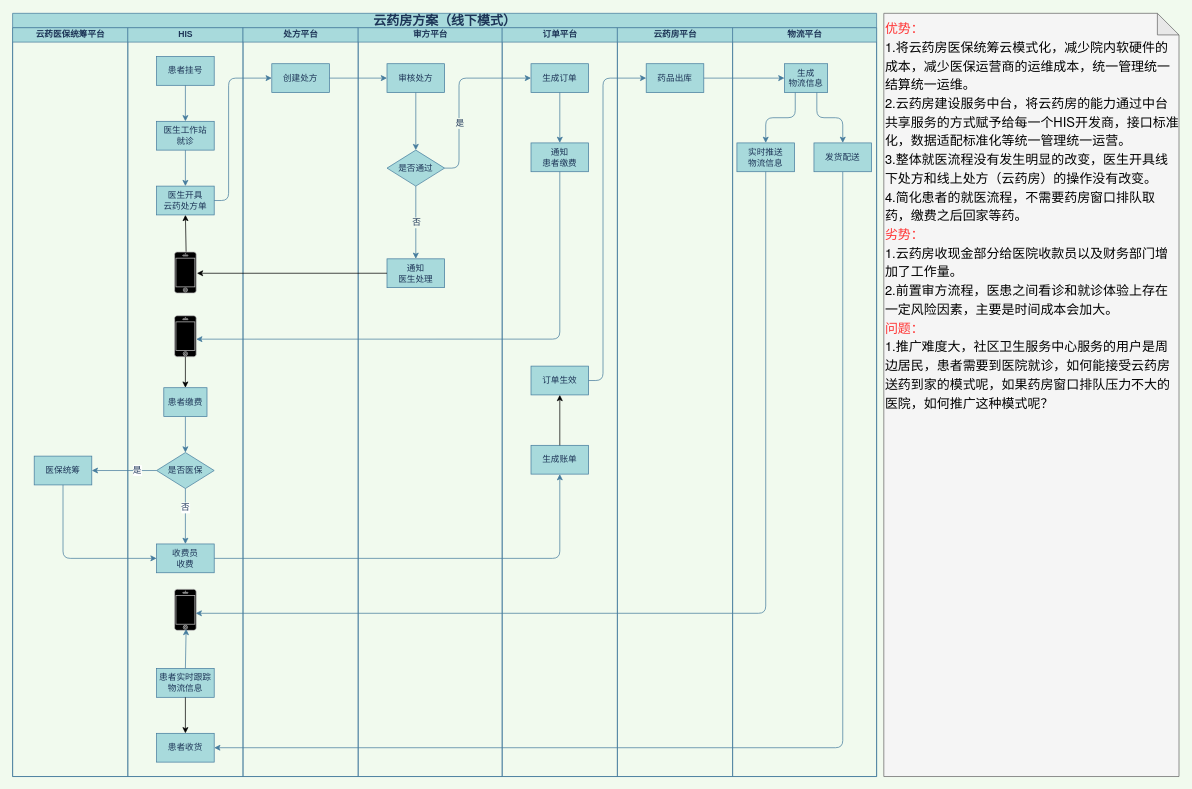
cssyusyu/MyDesignDocument keeps this draw.io diagram as page "方案1" (2 of 4) of designChart/微医_流程图_云药房.drawio. Above is the earlier version. Source tidied: cells renumbered, new cells numbered last; positions are measured from the earlier drawing's top-left corner, leaving out a move shared by most shapes. Both pictures are drawn from the tidied source at 72%, with x=0, y=0 at pixel (12, 13).
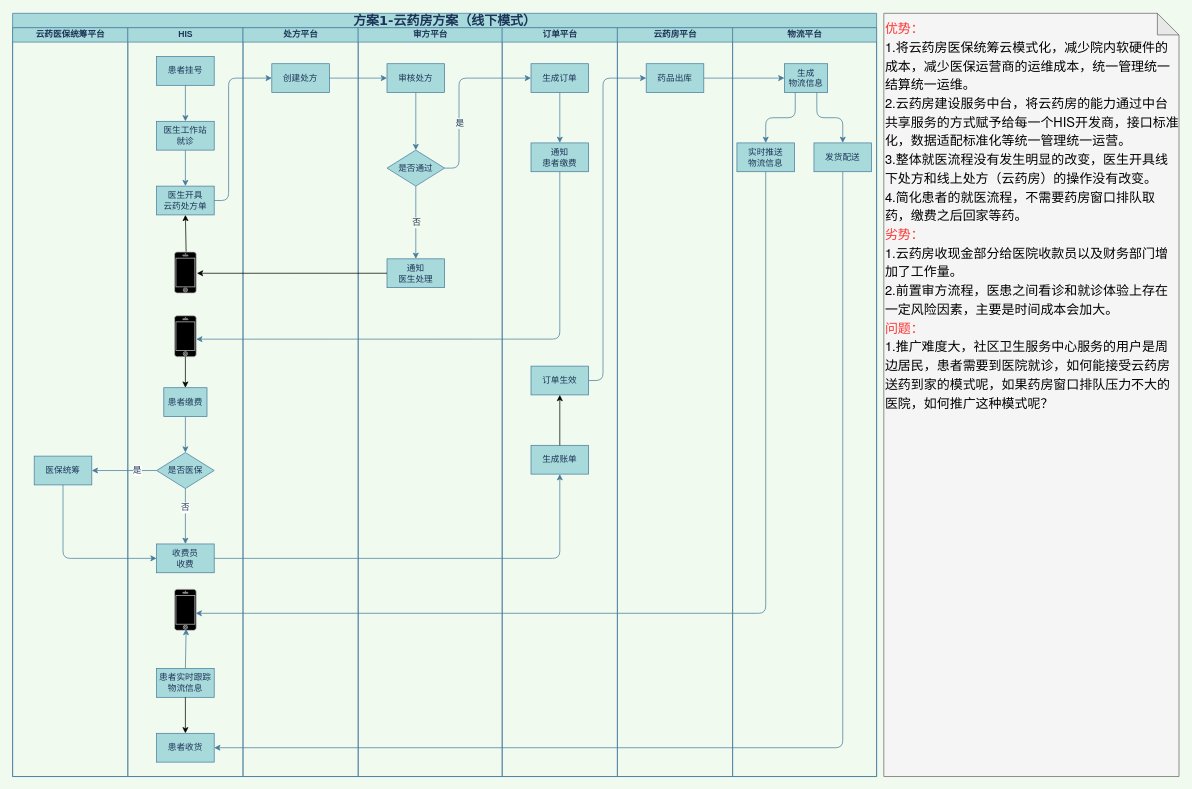
After the change.

The edit, as a diff of the source:
```diff
@@
-    <mxCell id="2" value="&lt;font style=&quot;font-size: 18px&quot;&gt;云药房方案（线下模式）&lt;/font&gt;" style="swimlane;html=1;startSize=20;shadow=0;labelBackgroundColor=none;strokeWidth=1;fontFamily=Verdana;fontSize=8;align=center;fillColor=#A8DADC;strokeColor=#457B9D;fontColor=#1D3557;" parent="1" vertex="1">
+    <mxCell id="2" value="&lt;font style=&quot;font-size: 18px&quot;&gt;方案1-云药房方案（线下模式）&lt;/font&gt;" style="swimlane;html=1;startSize=20;shadow=0;labelBackgroundColor=none;strokeWidth=1;fontFamily=Verdana;fontSize=8;align=center;fillColor=#A8DADC;strokeColor=#457B9D;fontColor=#1D3557;" parent="1" vertex="1">
       <mxGeometry width="1200" height="1060" as="geometry" />
     </mxCell>
```
